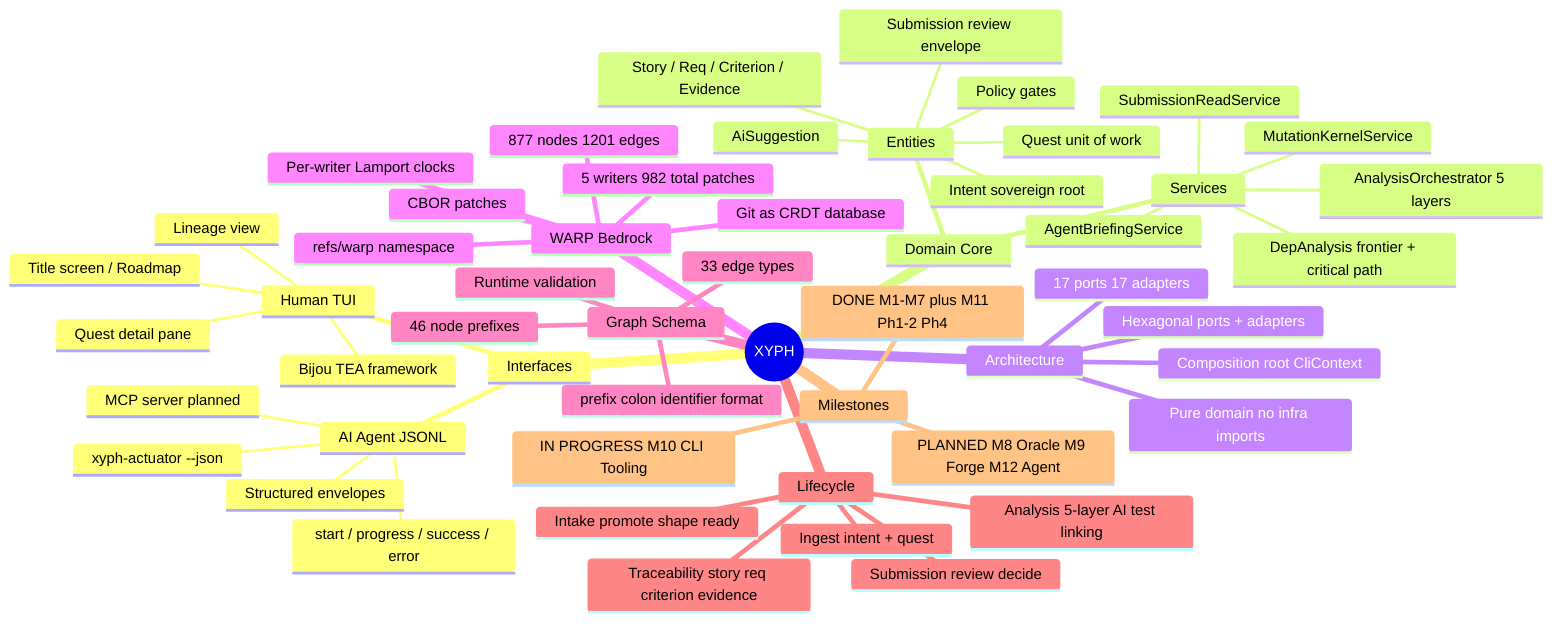
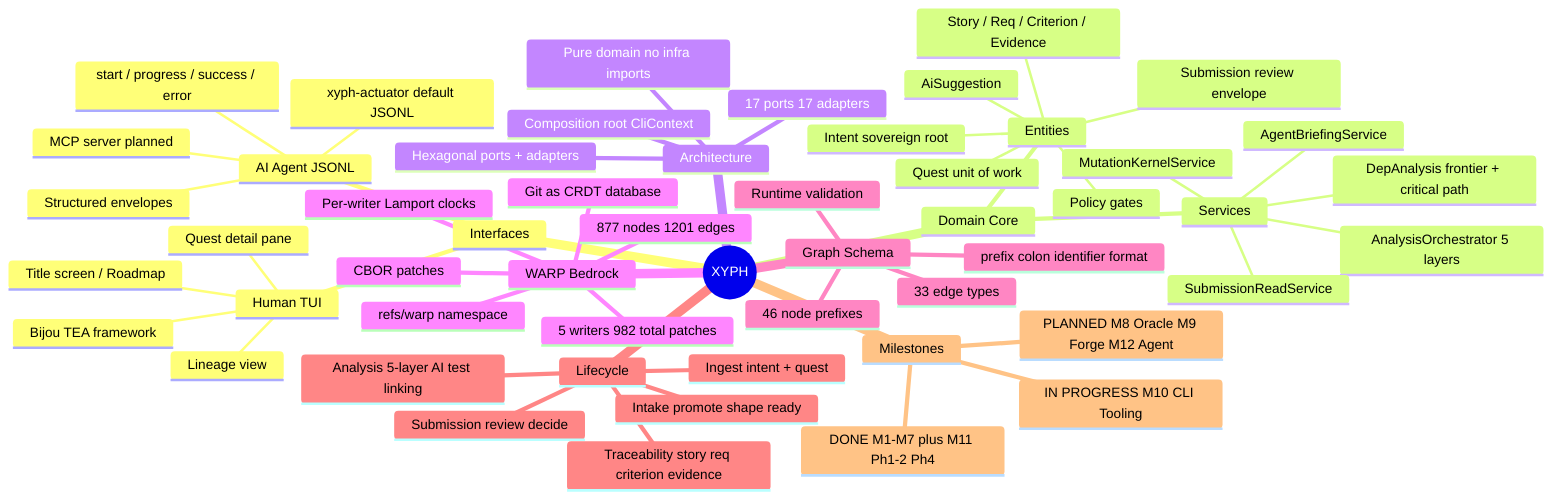
mindmap
  root((XYPH))
    Interfaces
      Human TUI
        Bijou TEA framework
        Title screen / Roadmap
        Quest detail pane
        Lineage view
      AI Agent JSONL
-         xyph-actuator --json
+         xyph-actuator default JSONL
        Structured envelopes
        start / progress / success / error
        MCP server planned
    Domain Core
      Entities
        Intent sovereign root
        Quest unit of work
        Submission review envelope
        Story / Req / Criterion / Evidence
        Policy gates
        AiSuggestion
      Services
        MutationKernelService
        DepAnalysis frontier + critical path
        AnalysisOrchestrator 5 layers
        SubmissionReadService
        AgentBriefingService
    Architecture
      Hexagonal ports + adapters
      17 ports 17 adapters
      Pure domain no infra imports
      Composition root CliContext
    WARP Bedrock
      Git as CRDT database
      refs/warp namespace
      CBOR patches
      Per-writer Lamport clocks
      5 writers 982 total patches
      877 nodes 1201 edges
    Graph Schema
      46 node prefixes
      33 edge types
      Runtime validation
      prefix colon identifier format
    Lifecycle
      Ingest intent + quest
      Intake promote shape ready
      Submission review decide
      Traceability story req criterion evidence
      Analysis 5-layer AI test linking
    Milestones
      DONE M1-M7 plus M11 Ph1-2 Ph4
      IN PROGRESS M10 CLI Tooling
      PLANNED M8 Oracle M9 Forge M12 Agent
